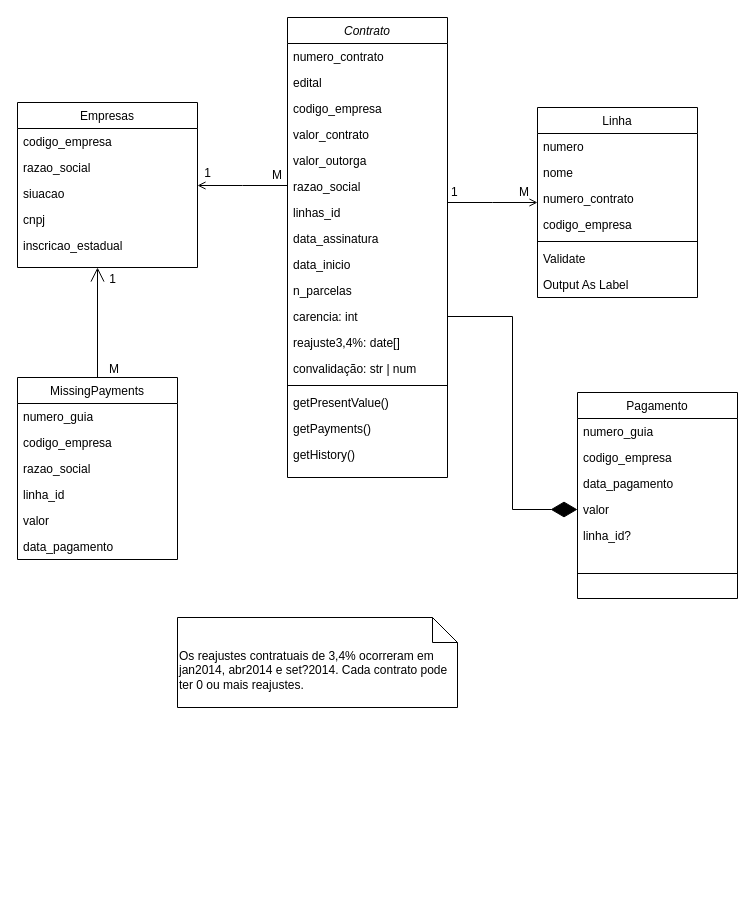
Above: diagrama_de_classe_outorga.drawio in sverissimo/outorgas_stim (draw.io), before the change. Source tidied: cells renumbered, new cells numbered last; positions are measured from the earlier drawing's top-left corner, leaving out a move shared by most shapes. Both pictures are drawn from the tidied source at 100%, with x=0, y=0 at pixel (17, 17).
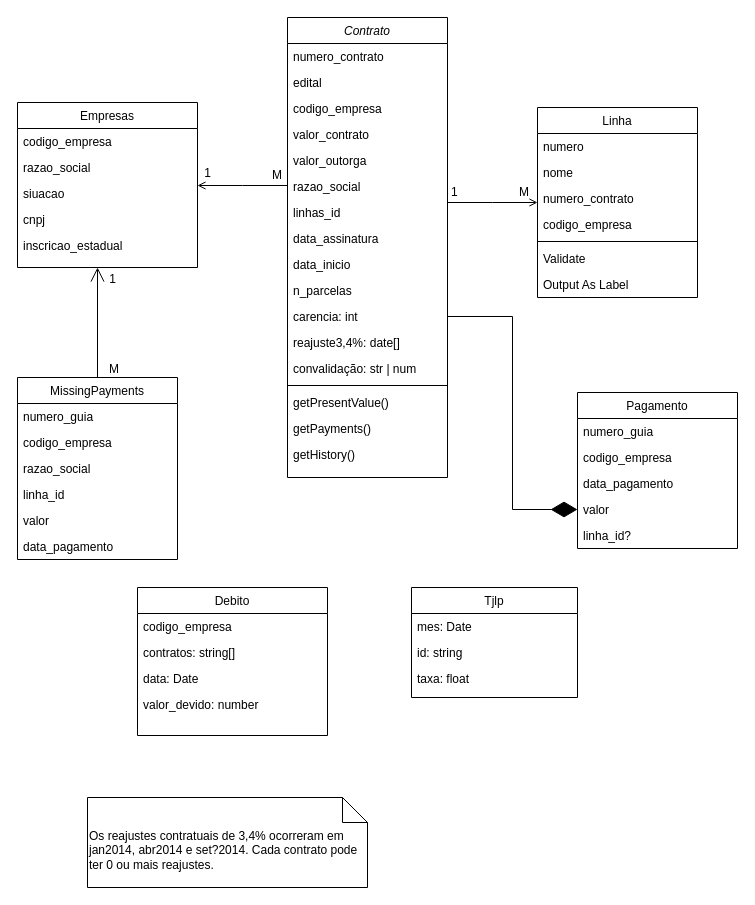
After the change.

Commit message (it also covers changes not shown here):
Atualizdos services e migrations do frontEnd para processar os valores devidos e os valores de convalidação dos contratos.

Diff of the diagram source:
```diff
@@
     <mxCell id="47" value="Pagamento" style="swimlane;fontStyle=0;align=center;verticalAlign=top;horizontal=1;startSize=26;rounded=0;shadow=0;strokeWidth=1;" parent="1" vertex="1">
-      <mxGeometry x="560" y="375" width="160" height="206" as="geometry" />
+      <mxGeometry x="560" y="375" width="160" height="156" as="geometry" />
     </mxCell>
@@
-    <mxCell id="53" style="line;html=1;strokeWidth=1;align=left;verticalAlign=middle;spacingTop=-1;spacingLeft=3;spacingRight=3;labelPosition=right;" parent="47" vertex="1">
-      <mxGeometry y="156" width="160" height="50" as="geometry" />
-    </mxCell>
@@
     <mxCell id="58" value="Os reajustes contratuais de 3,4% ocorreram em jan2014, abr2014 e set?2014. Cada contrato pode ter 0 ou mais reajustes." style="shape=note2;boundedLbl=1;whiteSpace=wrap;html=1;size=25;verticalAlign=top;align=left;" parent="1" vertex="1">
-      <mxGeometry x="160" y="600" width="280" height="90" as="geometry" />
+      <mxGeometry x="70" y="780" width="280" height="90" as="geometry" />
     </mxCell>
+    <mxCell id="59" value="Debito" style="swimlane;fontStyle=0;align=center;verticalAlign=top;horizontal=1;startSize=26;rounded=0;shadow=0;strokeWidth=1;" parent="1" vertex="1">
+      <mxGeometry x="120" y="570" width="190" height="148" as="geometry" />
+    </mxCell>
+    <mxCell id="60" value="codigo_empresa" style="text;align=left;verticalAlign=top;spacingLeft=4;spacingRight=4;overflow=hidden;rounded=0;shadow=0;html=0;" parent="59" vertex="1">
+      <mxGeometry y="26" width="190" height="26" as="geometry" />
+    </mxCell>
+    <mxCell id="61" value="contratos: string[]" style="text;align=left;verticalAlign=top;spacingLeft=4;spacingRight=4;overflow=hidden;" parent="59" vertex="1">
+      <mxGeometry y="52" width="190" height="26" as="geometry" />
+    </mxCell>
+    <mxCell id="62" value="data: Date" style="text;align=left;verticalAlign=top;spacingLeft=4;spacingRight=4;overflow=hidden;rounded=0;shadow=0;html=0;" parent="59" vertex="1">
+      <mxGeometry y="78" width="190" height="26" as="geometry" />
+    </mxCell>
+    <mxCell id="63" value="valor_devido: number" style="text;align=left;verticalAlign=top;spacingLeft=4;spacingRight=4;overflow=hidden;rounded=0;shadow=0;html=0;" parent="59" vertex="1">
+      <mxGeometry y="104" width="190" height="26" as="geometry" />
+    </mxCell>
+    <mxCell id="64" value="Tjlp" style="swimlane;fontStyle=0;align=center;verticalAlign=top;horizontal=1;startSize=26;rounded=0;shadow=0;strokeWidth=1;" parent="1" vertex="1">
+      <mxGeometry x="394" y="570" width="166" height="110" as="geometry" />
+    </mxCell>
+    <mxCell id="65" value="mes: Date" style="text;align=left;verticalAlign=top;spacingLeft=4;spacingRight=4;overflow=hidden;rounded=0;shadow=0;html=0;" parent="64" vertex="1">
+      <mxGeometry y="26" width="166" height="26" as="geometry" />
+    </mxCell>
+    <mxCell id="66" value="id: string" style="text;align=left;verticalAlign=top;spacingLeft=4;spacingRight=4;overflow=hidden;" parent="64" vertex="1">
+      <mxGeometry y="52" width="166" height="26" as="geometry" />
+    </mxCell>
+    <mxCell id="67" value="taxa: float" style="text;align=left;verticalAlign=top;spacingLeft=4;spacingRight=4;overflow=hidden;rounded=0;shadow=0;html=0;" parent="64" vertex="1">
+      <mxGeometry y="78" width="166" height="26" as="geometry" />
+    </mxCell>
```
